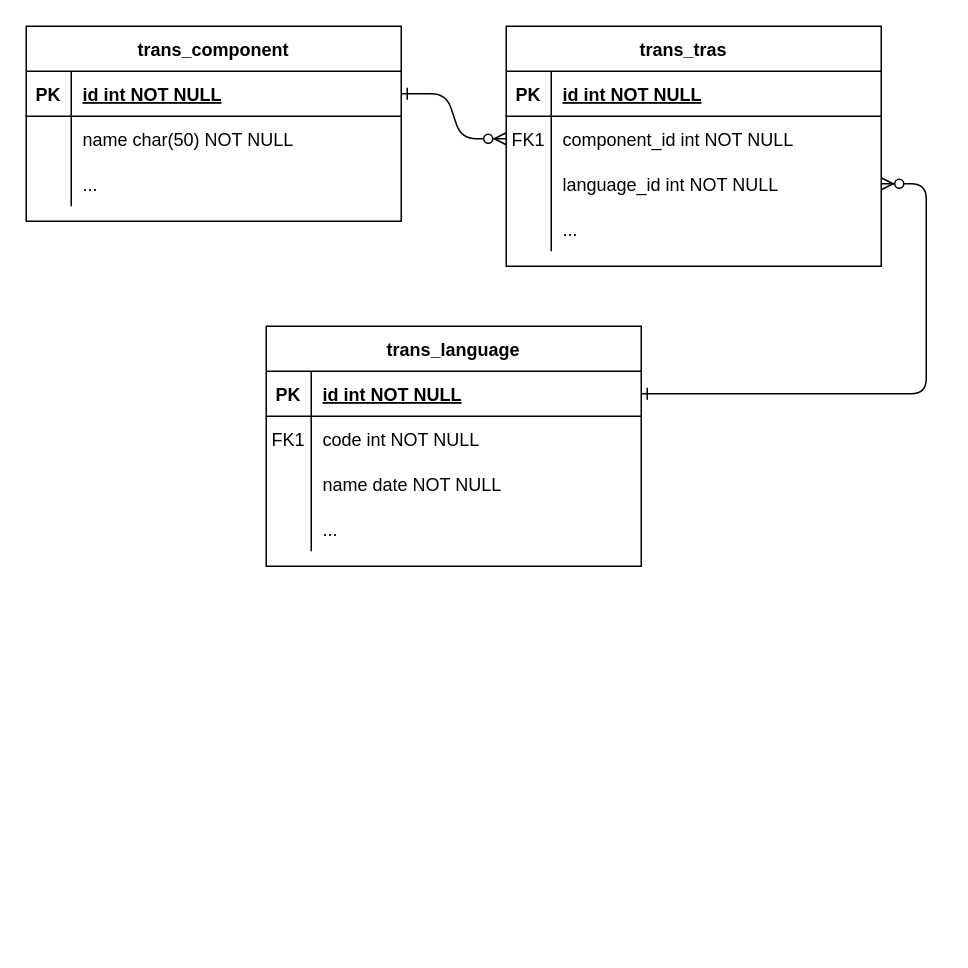
The draw.io diagram weblate/未命名绘图.drawio in weijiang1994/draw-io, before the edit. Source tidied: cells renumbered, new cells numbered last; positions are measured from the earlier drawing's top-left corner, leaving out a move shared by most shapes. Both pictures are drawn from the tidied source at 150%, with x=0, y=0 at pixel (26, 26).
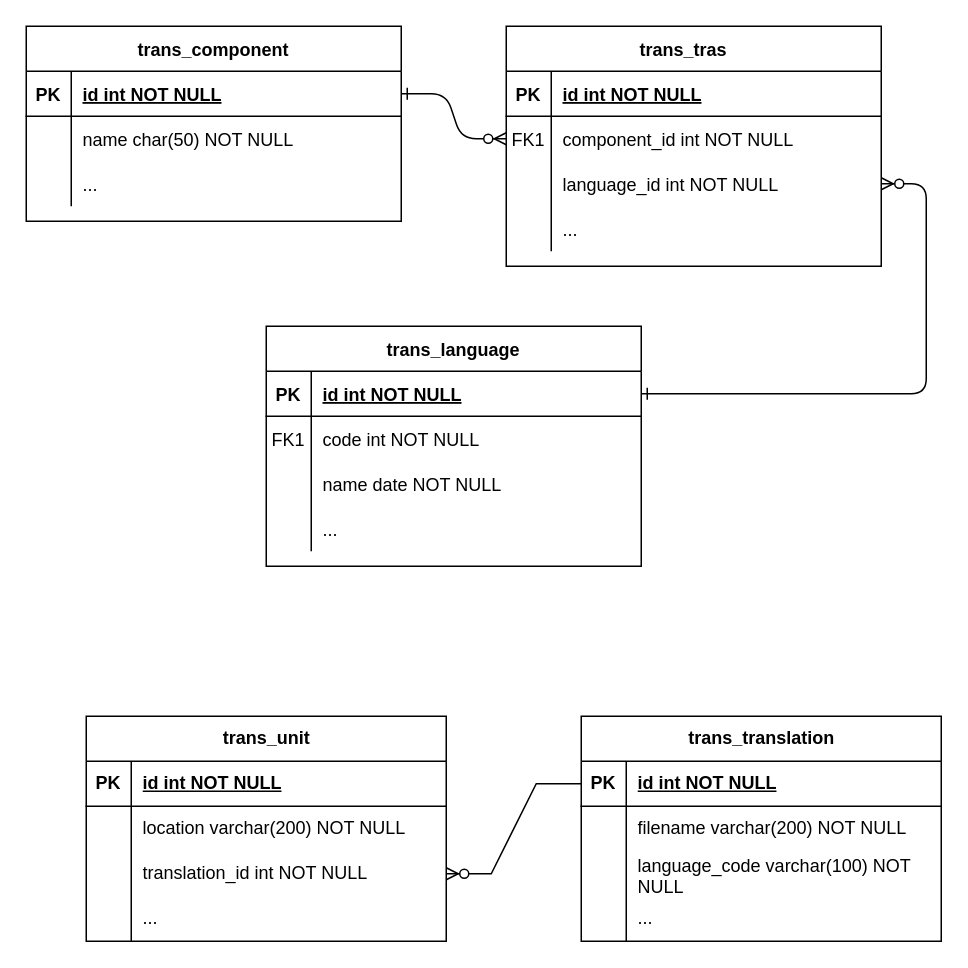
The same page after the edit.

Commit message:
更新未命名绘图.drawio

The edit, as a diff of the source:
```diff
@@
+    <mxCell id="40" value="trans_unit" style="shape=table;startSize=30;childLayout=tableLayout;rowLines=0;fontStyle=1;align=center;html=1;" parent="1" vertex="1">
+      <mxGeometry x="40" y="460" width="240" height="150" as="geometry" />
+    </mxCell>
+    <mxCell id="41" style="shape=tableRow;horizontal=0;startSize=0;swimlaneHead=0;swimlaneBody=0;fillColor=none;top=0;left=0;right=0;bottom=1;" parent="40" vertex="1">
+      <mxGeometry y="30" width="240" height="30" as="geometry" />
+    </mxCell>
+    <mxCell id="42" value="PK" style="shape=partialRectangle;fillColor=none;top=0;left=0;bottom=0;right=0;fontStyle=1;overflow=hidden;whiteSpace=wrap;html=1;" parent="41" vertex="1">
+      <mxGeometry width="30" height="30" as="geometry" />
+    </mxCell>
+    <mxCell id="43" value="id int NOT NULL" style="shape=partialRectangle;fillColor=none;top=0;left=0;bottom=0;right=0;align=left;spacingLeft=6;fontStyle=5;overflow=hidden;whiteSpace=wrap;html=1;" parent="41" vertex="1">
+      <mxGeometry x="30" width="210" height="30" as="geometry" />
+    </mxCell>
+    <mxCell id="44" style="shape=tableRow;horizontal=0;startSize=0;swimlaneHead=0;swimlaneBody=0;fillColor=none;top=0;left=0;right=0;bottom=0;" parent="40" vertex="1">
+      <mxGeometry y="60" width="240" height="30" as="geometry" />
+    </mxCell>
+    <mxCell id="45" style="shape=partialRectangle;fillColor=none;top=0;left=0;bottom=0;right=0;overflow=hidden;whiteSpace=wrap;html=1;" parent="44" vertex="1">
+      <mxGeometry width="30" height="30" as="geometry" />
+    </mxCell>
+    <mxCell id="46" value="location varchar(200) NOT NULL" style="shape=partialRectangle;fillColor=none;top=0;left=0;bottom=0;right=0;align=left;spacingLeft=6;overflow=hidden;whiteSpace=wrap;html=1;" parent="44" vertex="1">
+      <mxGeometry x="30" width="210" height="30" as="geometry" />
+    </mxCell>
+    <mxCell id="47" style="shape=tableRow;horizontal=0;startSize=0;swimlaneHead=0;swimlaneBody=0;fillColor=none;points=[[0,0.5],[1,0.5]];portConstraint=eastwest;top=0;left=0;right=0;bottom=0;" parent="40" vertex="1">
+      <mxGeometry y="90" width="240" height="30" as="geometry" />
+    </mxCell>
+    <mxCell id="48" style="shape=partialRectangle;fillColor=none;top=0;left=0;bottom=0;right=0;overflow=hidden;whiteSpace=wrap;html=1;" parent="47" vertex="1">
+      <mxGeometry width="30" height="30" as="geometry" />
+    </mxCell>
+    <mxCell id="49" value="translation_id int NOT NULL" style="shape=partialRectangle;fillColor=none;top=0;left=0;bottom=0;right=0;align=left;spacingLeft=6;overflow=hidden;whiteSpace=wrap;html=1;" parent="47" vertex="1">
+      <mxGeometry x="30" width="210" height="30" as="geometry" />
+    </mxCell>
+    <mxCell id="50" style="shape=tableRow;horizontal=0;startSize=0;swimlaneHead=0;swimlaneBody=0;fillColor=none;top=0;left=0;right=0;bottom=0;" parent="40" vertex="1">
+      <mxGeometry y="120" width="240" height="30" as="geometry" />
+    </mxCell>
+    <mxCell id="51" style="shape=partialRectangle;fillColor=none;top=0;left=0;bottom=0;right=0;overflow=hidden;whiteSpace=wrap;html=1;" parent="50" vertex="1">
+      <mxGeometry width="30" height="30" as="geometry" />
+    </mxCell>
+    <mxCell id="52" value="..." style="shape=partialRectangle;fillColor=none;top=0;left=0;bottom=0;right=0;align=left;spacingLeft=6;overflow=hidden;whiteSpace=wrap;html=1;" parent="50" vertex="1">
+      <mxGeometry x="30" width="210" height="30" as="geometry" />
+    </mxCell>
+    <mxCell id="53" value="trans_translation" style="shape=table;startSize=30;childLayout=tableLayout;rowLines=0;fontStyle=1;align=center;html=1;" parent="1" vertex="1">
+      <mxGeometry x="370" y="460" width="240" height="150" as="geometry" />
+    </mxCell>
+    <mxCell id="54" style="shape=tableRow;horizontal=0;startSize=0;swimlaneHead=0;swimlaneBody=0;fillColor=none;points=[[0,0.5],[1,0.5]];portConstraint=eastwest;top=0;left=0;right=0;bottom=1;" parent="53" vertex="1">
+      <mxGeometry y="30" width="240" height="30" as="geometry" />
+    </mxCell>
+    <mxCell id="55" value="PK" style="shape=partialRectangle;fillColor=none;top=0;left=0;bottom=0;right=0;fontStyle=1;overflow=hidden;whiteSpace=wrap;html=1;" parent="54" vertex="1">
+      <mxGeometry width="30" height="30" as="geometry" />
+    </mxCell>
+    <mxCell id="56" value="id int NOT NULL" style="shape=partialRectangle;fillColor=none;top=0;left=0;bottom=0;right=0;align=left;spacingLeft=6;fontStyle=5;overflow=hidden;whiteSpace=wrap;html=1;" parent="54" vertex="1">
+      <mxGeometry x="30" width="210" height="30" as="geometry" />
+    </mxCell>
+    <mxCell id="57" style="shape=tableRow;horizontal=0;startSize=0;swimlaneHead=0;swimlaneBody=0;fillColor=none;top=0;left=0;right=0;bottom=0;" parent="53" vertex="1">
+      <mxGeometry y="60" width="240" height="30" as="geometry" />
+    </mxCell>
+    <mxCell id="58" style="shape=partialRectangle;fillColor=none;top=0;left=0;bottom=0;right=0;overflow=hidden;whiteSpace=wrap;html=1;" parent="57" vertex="1">
+      <mxGeometry width="30" height="30" as="geometry" />
+    </mxCell>
+    <mxCell id="59" value="filename varchar(200) NOT NULL" style="shape=partialRectangle;fillColor=none;top=0;left=0;bottom=0;right=0;align=left;spacingLeft=6;overflow=hidden;whiteSpace=wrap;html=1;" parent="57" vertex="1">
+      <mxGeometry x="30" width="210" height="30" as="geometry" />
+    </mxCell>
+    <mxCell id="60" style="shape=tableRow;horizontal=0;startSize=0;swimlaneHead=0;swimlaneBody=0;fillColor=none;top=0;left=0;right=0;bottom=0;" parent="53" vertex="1">
+      <mxGeometry y="90" width="240" height="30" as="geometry" />
+    </mxCell>
+    <mxCell id="61" style="shape=partialRectangle;fillColor=none;top=0;left=0;bottom=0;right=0;overflow=hidden;whiteSpace=wrap;html=1;" parent="60" vertex="1">
+      <mxGeometry width="30" height="30" as="geometry" />
+    </mxCell>
+    <mxCell id="62" value="language_code varchar(100) NOT NULL" style="shape=partialRectangle;fillColor=none;top=0;left=0;bottom=0;right=0;align=left;spacingLeft=6;overflow=hidden;whiteSpace=wrap;html=1;" parent="60" vertex="1">
+      <mxGeometry x="30" width="210" height="30" as="geometry" />
+    </mxCell>
+    <mxCell id="63" style="shape=tableRow;horizontal=0;startSize=0;swimlaneHead=0;swimlaneBody=0;fillColor=none;top=0;left=0;right=0;bottom=0;" parent="53" vertex="1">
+      <mxGeometry y="120" width="240" height="30" as="geometry" />
+    </mxCell>
+    <mxCell id="64" style="shape=partialRectangle;fillColor=none;top=0;left=0;bottom=0;right=0;overflow=hidden;whiteSpace=wrap;html=1;" parent="63" vertex="1">
+      <mxGeometry width="30" height="30" as="geometry" />
+    </mxCell>
+    <mxCell id="65" value="..." style="shape=partialRectangle;fillColor=none;top=0;left=0;bottom=0;right=0;align=left;spacingLeft=6;overflow=hidden;whiteSpace=wrap;html=1;" parent="63" vertex="1">
+      <mxGeometry x="30" width="210" height="30" as="geometry" />
+    </mxCell>
+    <mxCell id="66" style="edgeStyle=entityRelationEdgeStyle;fontSize=12;html=1;endArrow=ERzeroToMany;endFill=1;rounded=0;entryX=1;entryY=0.5;entryDx=0;entryDy=0;exitX=0;exitY=0.5;exitDx=0;exitDy=0;" parent="1" edge="1" source="54" target="47">
+      <mxGeometry relative="1" as="geometry" />
+    </mxCell>
```
